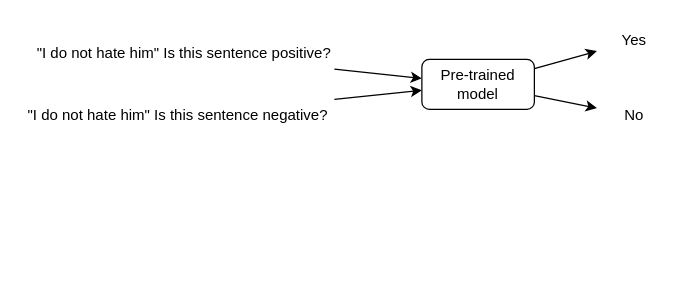
cerisara/draws keeps this draw.io diagram as ZSLPret.drawio. Above is the earlier version. Source tidied: cells renumbered, new cells numbered last; positions are measured from the earlier drawing's top-left corner, leaving out a move shared by most shapes. Both pictures are drawn from the tidied source at 125%, with x=0, y=0 at pixel (21, 21).
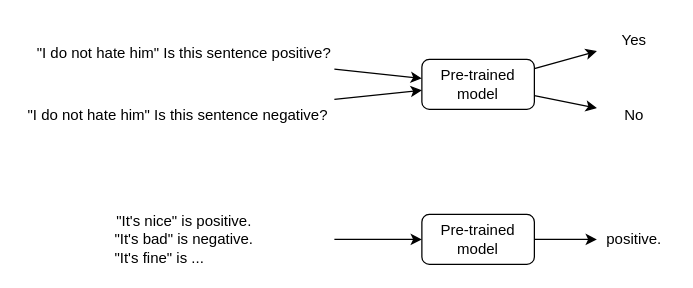
After the change.

Change to the diagram source:
```diff
@@
 <mxGraphModel>
   <root>
     <mxCell id="0" />
     <mxCell id="1" parent="0" />
     <mxCell id="2" value="Pre-trained&lt;br&gt;model" style="rounded=1;whiteSpace=wrap;html=1;" parent="1" vertex="1">
       <mxGeometry x="320" y="30" width="90" height="40" as="geometry" />
     </mxCell>
     <mxCell id="3" value="&quot;I do not hate him&quot; Is this sentence positive?" style="text;html=1;strokeColor=none;fillColor=none;align=center;verticalAlign=middle;whiteSpace=wrap;rounded=0;" parent="1" vertex="1">
       <mxGeometry x="10" y="10" width="240" height="30" as="geometry" />
     </mxCell>
     <mxCell id="4" value="&quot;I do not hate him&quot; Is this sentence negative?" style="text;html=1;strokeColor=none;fillColor=none;align=center;verticalAlign=middle;whiteSpace=wrap;rounded=0;" parent="1" vertex="1">
       <mxGeometry y="60" width="250" height="30" as="geometry" />
     </mxCell>
     <mxCell id="5" style="endArrow=classic;html=1;rounded=0;" parent="1" edge="1" source="3" target="2">
       <mxGeometry relative="1" as="geometry" />
     </mxCell>
     <mxCell id="6" style="endArrow=classic;html=1;rounded=0;" parent="1" edge="1" source="4" target="2">
       <mxGeometry relative="1" as="geometry" />
     </mxCell>
     <mxCell id="7" value="Yes" style="text;html=1;strokeColor=none;fillColor=none;align=center;verticalAlign=middle;whiteSpace=wrap;rounded=0;" parent="1" vertex="1">
       <mxGeometry x="460" width="60" height="30" as="geometry" />
     </mxCell>
     <mxCell id="8" value="No" style="text;html=1;strokeColor=none;fillColor=none;align=center;verticalAlign=middle;whiteSpace=wrap;rounded=0;" parent="1" vertex="1">
       <mxGeometry x="460" y="60" width="60" height="30" as="geometry" />
     </mxCell>
     <mxCell id="9" style="endArrow=classic;html=1;rounded=0;" parent="1" edge="1" source="2" target="7">
       <mxGeometry relative="1" as="geometry" />
     </mxCell>
     <mxCell id="10" style="endArrow=classic;html=1;rounded=0;" parent="1" edge="1" source="2" target="8">
       <mxGeometry relative="1" as="geometry" />
     </mxCell>
+    <mxCell id="11" value="Pre-trained&lt;br&gt;model" style="rounded=1;whiteSpace=wrap;html=1;" parent="1" vertex="1">
+      <mxGeometry x="320" y="154" width="90" height="40" as="geometry" />
+    </mxCell>
+    <mxCell id="12" value="&quot;It's nice&quot; is positive.&lt;br&gt;&lt;div align=&quot;left&quot;&gt;&quot;It's bad&quot; is negative.&lt;/div&gt;&lt;div align=&quot;left&quot;&gt;&quot;It's fine&quot; is ...&lt;br&gt;&lt;/div&gt;" style="text;html=1;strokeColor=none;fillColor=none;align=center;verticalAlign=middle;whiteSpace=wrap;rounded=0;" parent="1" vertex="1">
+      <mxGeometry x="10" y="159" width="240" height="30" as="geometry" />
+    </mxCell>
+    <mxCell id="13" style="endArrow=classic;html=1;rounded=0;" parent="1" edge="1" source="12" target="11">
+      <mxGeometry relative="1" as="geometry" />
+    </mxCell>
+    <mxCell id="14" value="positive." style="text;html=1;strokeColor=none;fillColor=none;align=center;verticalAlign=middle;whiteSpace=wrap;rounded=0;" parent="1" vertex="1">
+      <mxGeometry x="460" y="159" width="60" height="30" as="geometry" />
+    </mxCell>
+    <mxCell id="15" style="endArrow=classic;html=1;rounded=0;" parent="1" edge="1" source="11" target="14">
+      <mxGeometry relative="1" as="geometry" />
+    </mxCell>
   </root>
 </mxGraphModel>
```
